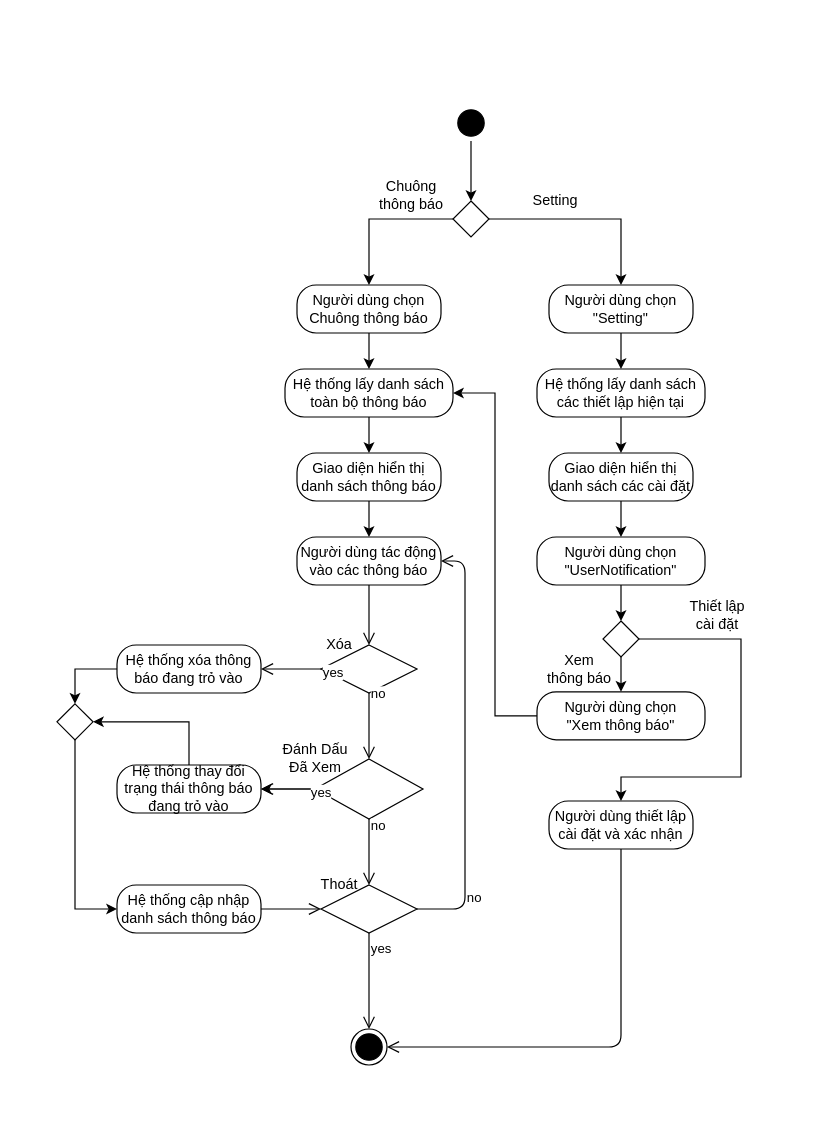
Earlier version of the draw.io diagram ToDoApp-Doc/Document/Diagram/Activity Diagram/UserNotificationManagement/ActivityDiagram_UserNotificationManagement.drawio (Merevoli-DatLuu/To-Do-App). Source tidied: cells renumbered, new cells numbered last; positions are measured from the earlier drawing's top-left corner, leaving out a move shared by most shapes. Both pictures are drawn from the tidied source at 120%, with x=0, y=0 at pixel (20, 86).
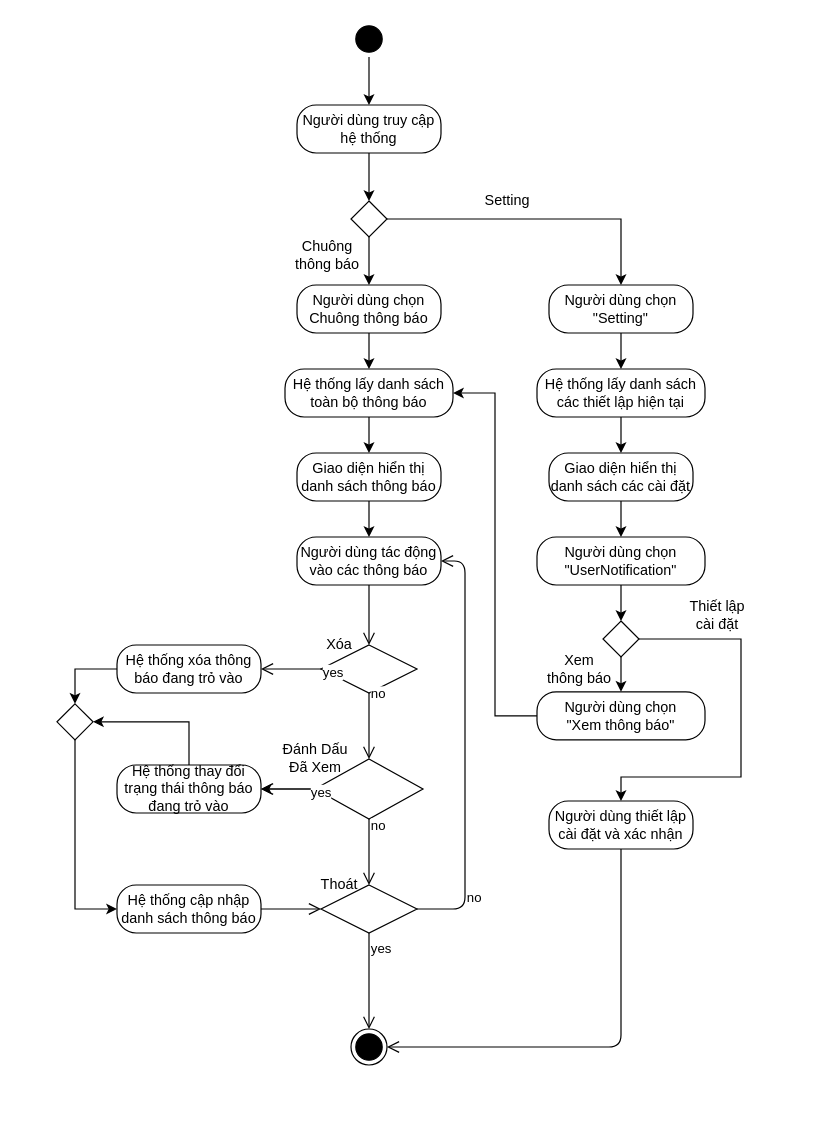
After the change.

Commit message (it also covers changes not shown here):
[TODO-78]-[Modified]: UserNotificationManagement Activity Diagram

The edit, as a diff of the source:
```diff
@@
     <mxCell id="2" style="rounded=0;whiteSpace=wrap;html=1;strokeColor=none;" parent="1" vertex="1">
-      <mxGeometry width="650" height="855" as="geometry" />
+      <mxGeometry y="-55" width="650" height="910" as="geometry" />
     </mxCell>
-    <mxCell id="3" style="edgeStyle=orthogonalEdgeStyle;rounded=0;jettySize=auto;html=1;entryX=0.5;entryY=0;entryDx=0;entryDy=0;" parent="1" edge="1" source="4" target="36">
-      <mxGeometry relative="1" as="geometry" />
-    </mxCell>
+    <mxCell id="57" style="edgeStyle=orthogonalEdgeStyle;rounded=0;jettySize=auto;html=1;" parent="1" edge="1" source="4" target="59">
+      <mxGeometry relative="1" as="geometry" />
+    </mxCell>
     <mxCell id="4" style="ellipse;html=1;shape=startState;fillColor=#000000;" parent="1" vertex="1">
-      <mxGeometry x="360" y="15" width="30" height="30" as="geometry" />
+      <mxGeometry x="275" y="-55" width="30" height="30" as="geometry" />
     </mxCell>
@@
     <mxCell id="36" style="rhombus;" parent="1" vertex="1">
-      <mxGeometry x="360" y="95" width="30" height="30" as="geometry" />
+      <mxGeometry x="275" y="95" width="30" height="30" as="geometry" />
     </mxCell>
@@
     <mxCell id="50" value="Chuông&lt;br&gt;thông báo" style="text;html=1;align=center;verticalAlign=middle;" parent="1" vertex="1">
-      <mxGeometry x="290" y="75" width="70" height="30" as="geometry" />
+      <mxGeometry x="220" y="125" width="70" height="30" as="geometry" />
     </mxCell>
     <mxCell id="51" value="Setting" style="text;html=1;align=center;verticalAlign=middle;" parent="1" vertex="1">
-      <mxGeometry x="420" y="85" width="50" height="20" as="geometry" />
+      <mxGeometry x="380" y="85" width="50" height="20" as="geometry" />
     </mxCell>
@@
+    <mxCell id="58" style="edgeStyle=orthogonalEdgeStyle;rounded=0;jettySize=auto;html=1;entryX=0.5;entryY=0;entryDx=0;entryDy=0;" parent="1" edge="1" source="59" target="36">
+      <mxGeometry relative="1" as="geometry" />
+    </mxCell>
+    <mxCell id="59" value="Người dùng truy cập&lt;br&gt;hệ thống" style="rounded=1;whiteSpace=wrap;html=1;arcSize=40;" parent="1" vertex="1">
+      <mxGeometry x="230" y="15" width="120" height="40" as="geometry" />
+    </mxCell>
```
